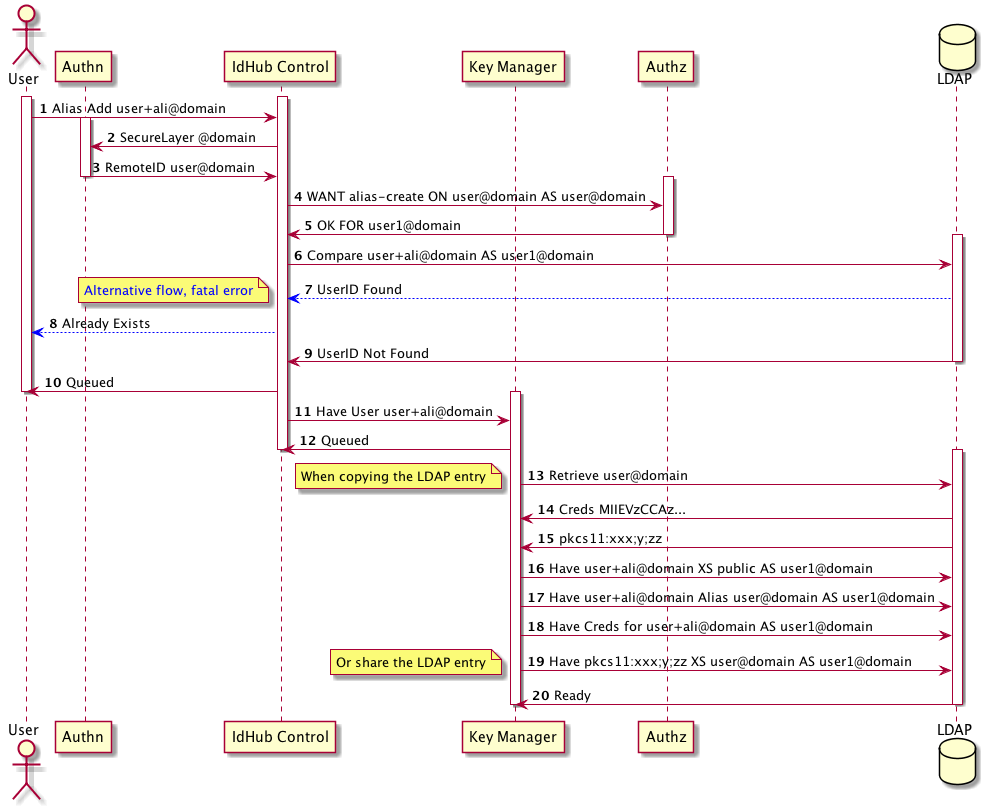
This is alias-add.png from arpa2/identityhub-design, a PlantUML export, as it was before one commit.
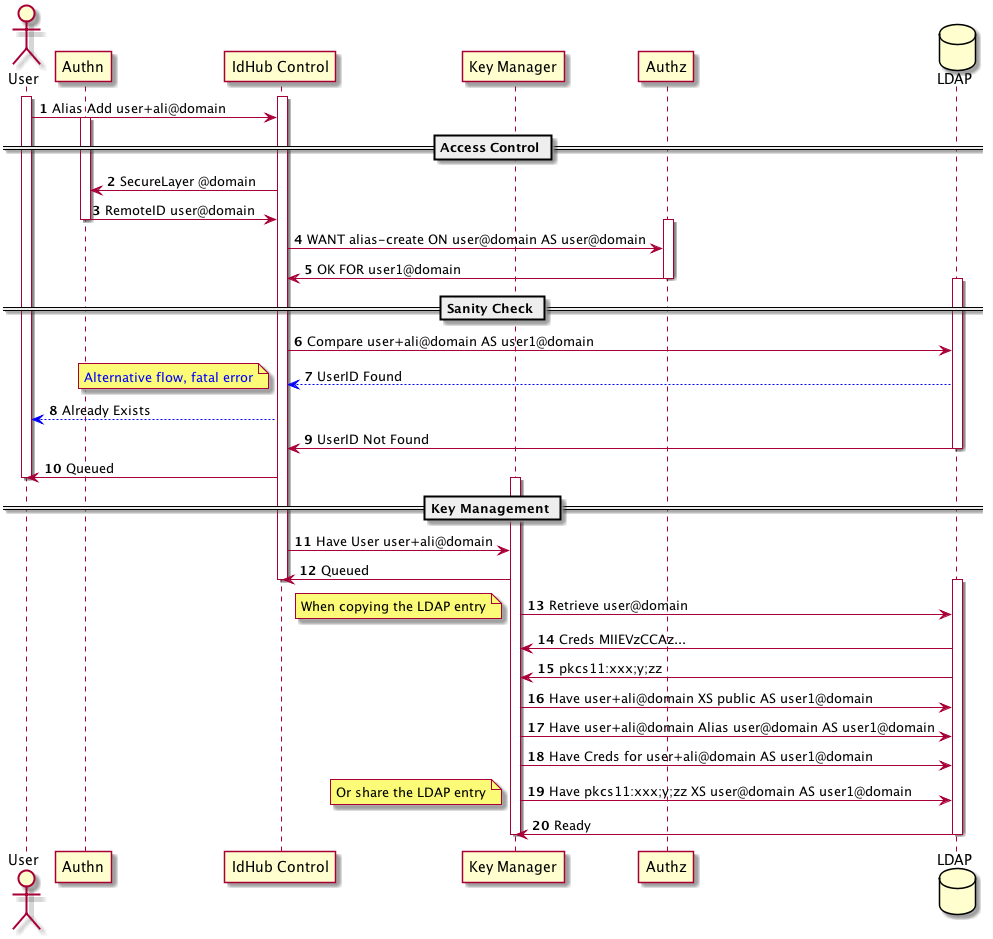
The same file after the commit.

The edit, as a diff of the source:
```diff
@@ -13,6 +13,8 @@
 activate Control
 User -> Control: Alias Add user+ali@domain
 
+== Access Control ==
+
 	activate Authn
 	Control -> Authn: SecureLayer @domain
 	Authn -> Control: RemoteID user@domain
@@ -23,6 +25,8 @@
 	Authz -> Control: OK FOR user1@domain
 	deactivate Authz
 
+== Sanity Check ==
+
 	activate LDAP
 	Control -> LDAP: Compare user+ali@domain AS user1@domain
 	LDAP -[#blue]-> Control: UserID Found
@@ -32,6 +36,8 @@
 	deactivate LDAP
 Control -> User: Queued
 deactivate User
+
+== Key Management ==
 
 	activate KeyManager
 	Control -> KeyManager: Have User user+ali@domain
```
